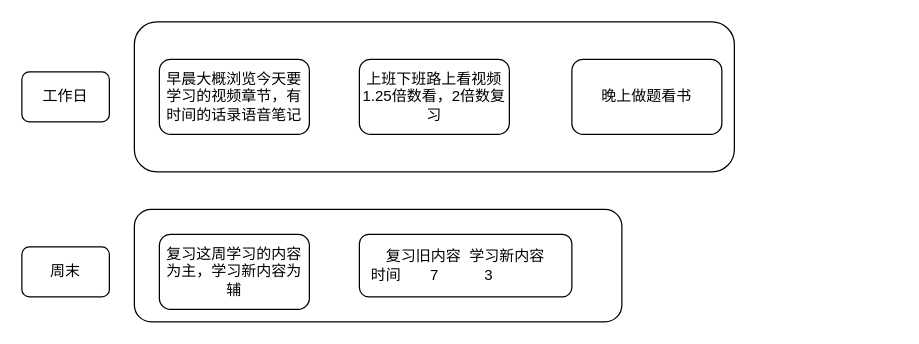
Chenguoqing2008/drawio keeps this draw.io diagram as 正常的学习流程.drawio. Above is the earlier version. Source tidied: cells renumbered, new cells numbered last; positions are measured from the earlier drawing's top-left corner, leaving out a move shared by most shapes. Both pictures are drawn from the tidied source at 125%, with x=0, y=0 at pixel (21, 21).
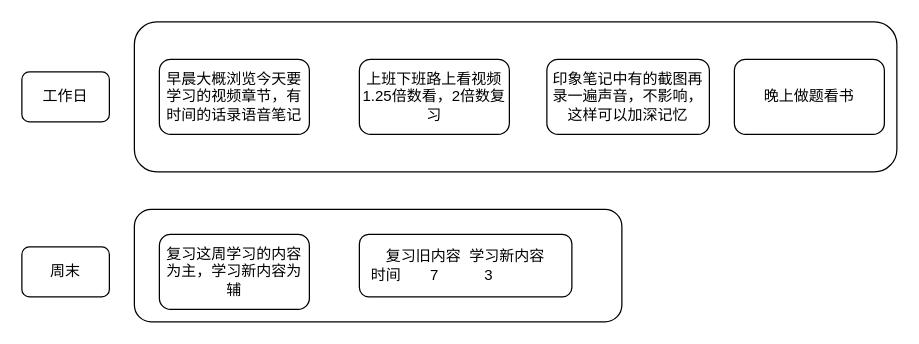
Above is the later version.

Commit message (it also covers changes not shown here):
Update 正常的学习流程.drawio

What changed in the source:
```diff
@@
 <mxGraphModel>
   <root>
     <mxCell id="0" />
     <mxCell id="1" parent="0" />
     <mxCell id="2" style="rounded=1;whiteSpace=wrap;html=1;" parent="1" vertex="1">
       <mxGeometry x="90" y="150" width="390" height="90" as="geometry" />
     </mxCell>
     <mxCell id="3" style="rounded=1;whiteSpace=wrap;html=1;" parent="1" vertex="1">
-      <mxGeometry x="90" width="480" height="120" as="geometry" />
+      <mxGeometry x="90" width="610" height="120" as="geometry" />
     </mxCell>
     <mxCell id="4" value="早晨大概浏览今天要学习的视频章节，有时间的话录语音笔记" style="rounded=1;whiteSpace=wrap;html=1;" parent="1" vertex="1">
       <mxGeometry x="110" y="30" width="120" height="60" as="geometry" />
     </mxCell>
     <mxCell id="5" value="工作日" style="rounded=1;whiteSpace=wrap;html=1;" parent="1" vertex="1">
       <mxGeometry y="40" width="70" height="40" as="geometry" />
     </mxCell>
     <mxCell id="6" value="上班下班路上看视频1.25倍数看，2倍数复习" style="rounded=1;whiteSpace=wrap;html=1;" parent="1" vertex="1">
       <mxGeometry x="270" y="30" width="120" height="60" as="geometry" />
     </mxCell>
     <mxCell id="7" value="晚上做题看书" style="rounded=1;whiteSpace=wrap;html=1;" parent="1" vertex="1">
-      <mxGeometry x="440" y="30" width="120" height="60" as="geometry" />
+      <mxGeometry x="570" y="30" width="120" height="60" as="geometry" />
     </mxCell>
     <mxCell id="8" value="周末" style="rounded=1;whiteSpace=wrap;html=1;" parent="1" vertex="1">
       <mxGeometry y="180" width="70" height="40" as="geometry" />
     </mxCell>
     <mxCell id="9" value="复习这周学习的内容为主，学习新内容为辅" style="rounded=1;whiteSpace=wrap;html=1;" parent="1" vertex="1">
       <mxGeometry x="110" y="170" width="120" height="60" as="geometry" />
     </mxCell>
     <mxCell id="10" value="复习旧内容&amp;nbsp; 学习新内容&lt;br&gt;时间&amp;nbsp; &amp;nbsp; &amp;nbsp; &amp;nbsp;7&amp;nbsp; &amp;nbsp; &amp;nbsp; &amp;nbsp; &amp;nbsp; &amp;nbsp;3&amp;nbsp; &amp;nbsp; &amp;nbsp; &amp;nbsp; &amp;nbsp; &amp;nbsp; &amp;nbsp; &amp;nbsp;&amp;nbsp;&lt;br&gt;" style="rounded=1;whiteSpace=wrap;html=1;" parent="1" vertex="1">
       <mxGeometry x="270" y="170" width="170" height="50" as="geometry" />
     </mxCell>
+    <mxCell id="11" value="印象笔记中有的截图再录一遍声音，不影响，这样可以加深记忆" style="rounded=1;whiteSpace=wrap;html=1;" parent="1" vertex="1">
+      <mxGeometry x="420" y="30" width="130" height="60" as="geometry" />
+    </mxCell>
   </root>
 </mxGraphModel>
```
